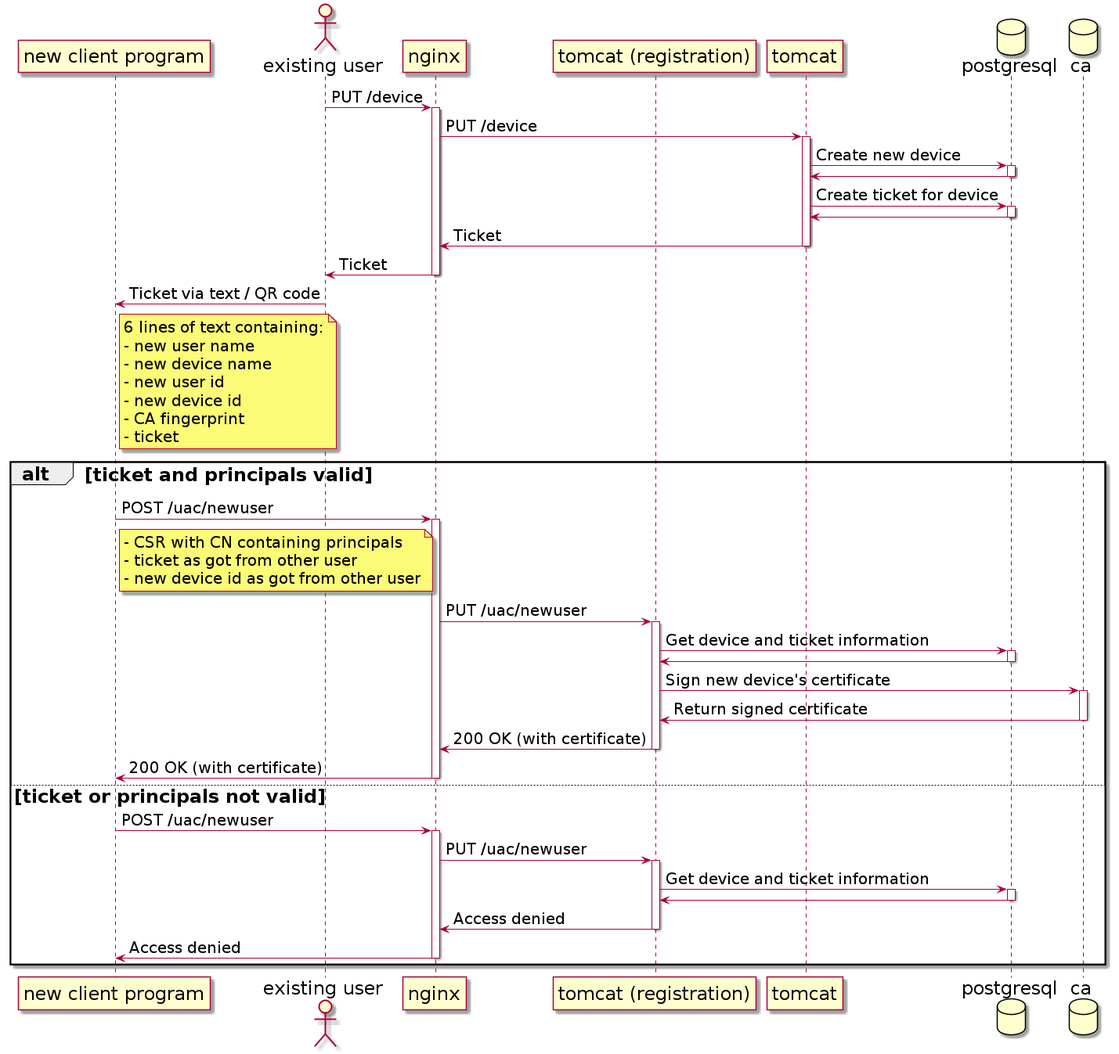
This is manual/development/diagrams/device-registration.png from F1rst-Unicorn/stocks, a PlantUML export, as it was before one commit.
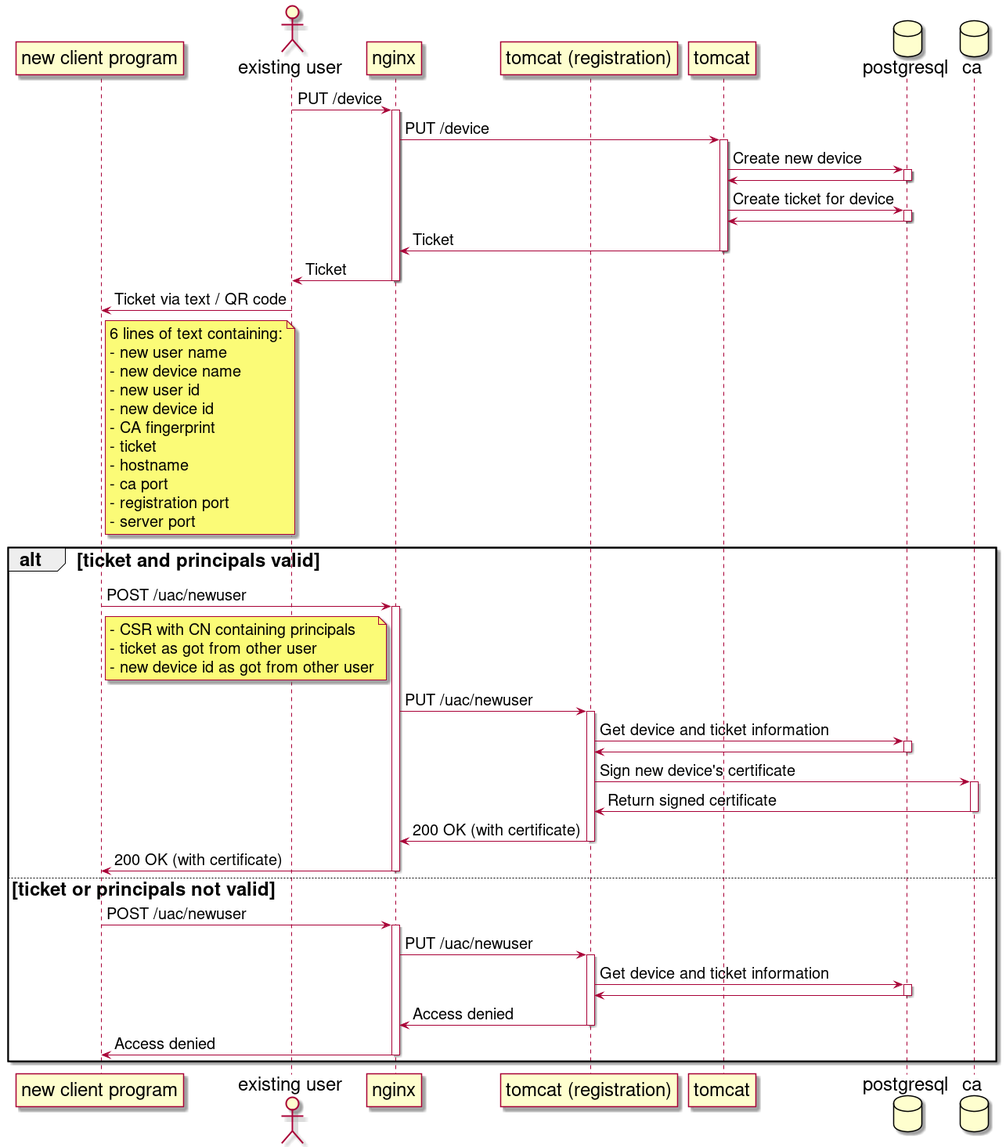
After the commit.

Diff of the diagram source:
```diff
@@ -1,4 +1,5 @@
 @startuml
+
 skinparam classFontSize 24
 skinparam packageFontSize 24
 skinparam arrowFontSize 20
@@ -53,6 +54,10 @@
 - new device id
 - CA fingerprint
 - ticket
+- hostname
+- ca port
+- registration port
+- server port
 end note
 
 alt ticket and principals valid
```
